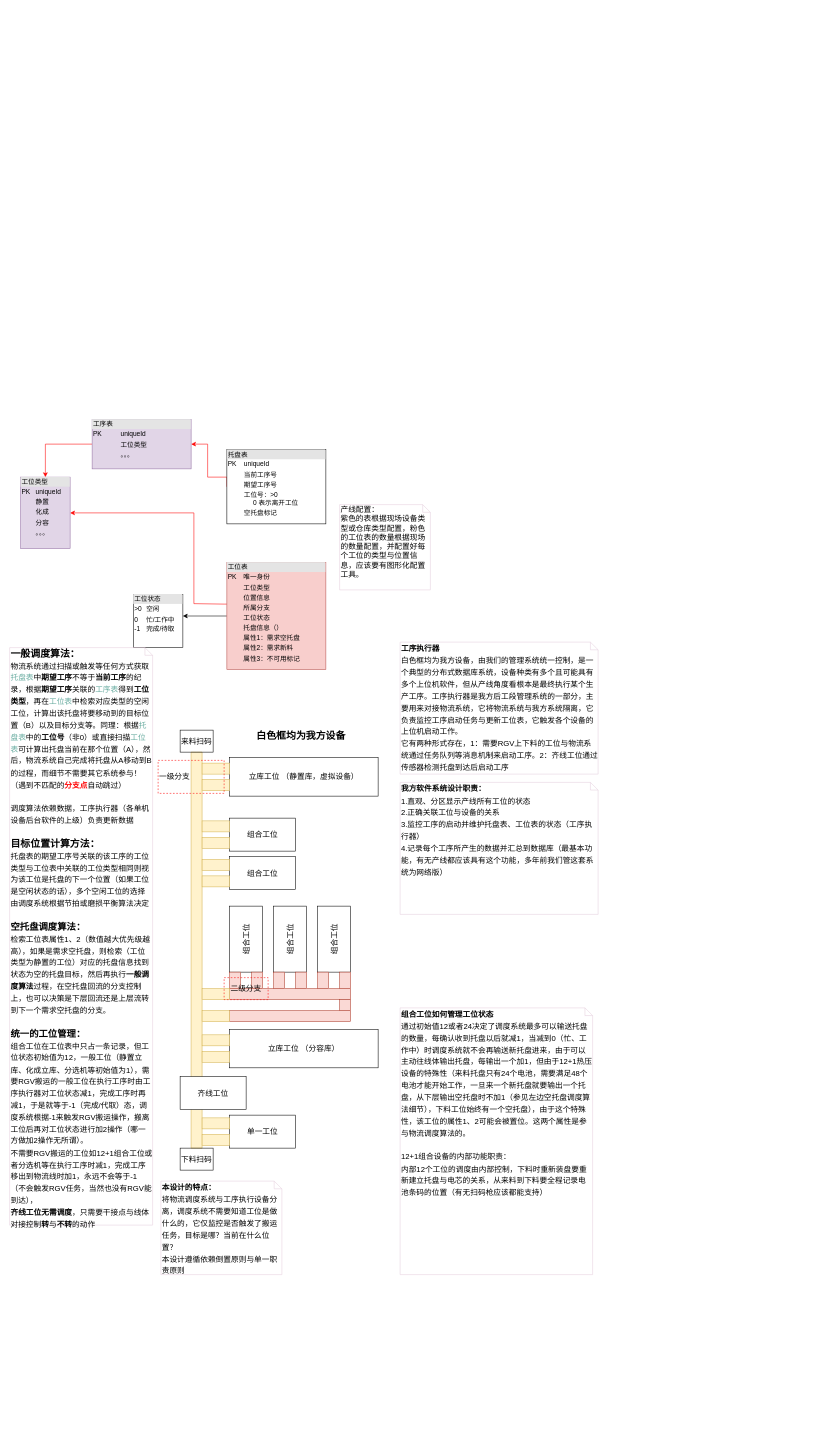
The draw.io diagram page "第 2 页" (2 of 2) of 未命名表单.drawio in samos2011/drawio, before the edit. Source tidied: cells renumbered, new cells numbered last; positions are measured from the earlier drawing's top-left corner, leaving out a move shared by most shapes. Both pictures are drawn from the tidied source at 55%, with x=0, y=0 at pixel (9, 419).
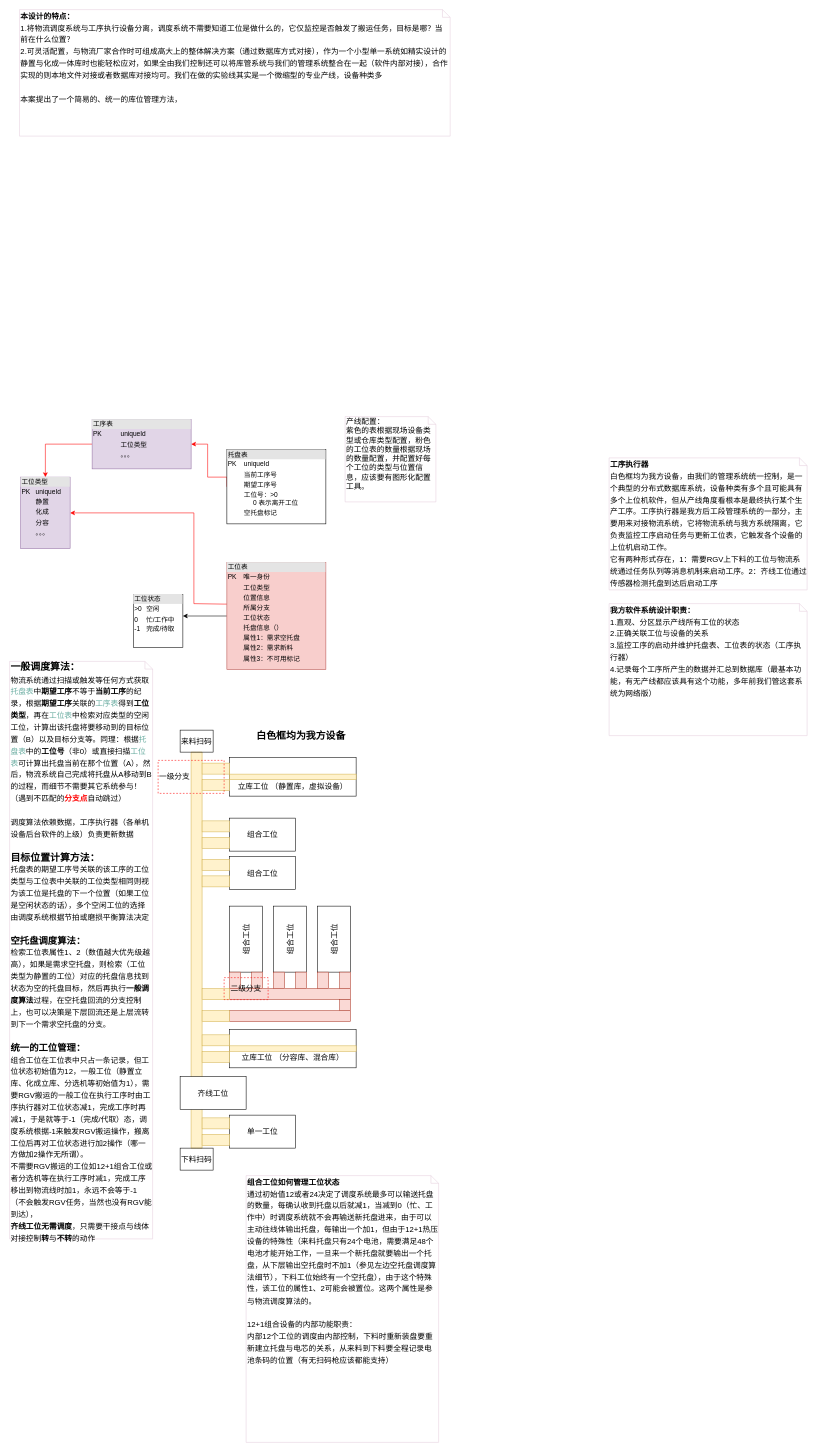
Above is the later version.

Commit message (it also covers changes not shown here):
更新未命名表单.drawio

Change to the diagram source:
```diff
@@
-    <mxCell id="5" value="立库工位 （静置库，虚拟设备）" style="rounded=0;whiteSpace=wrap;html=1;labelBackgroundColor=#ffffff;fillColor=none;gradientColor=none;fontSize=14;align=center;" parent="1" vertex="1">
-      <mxGeometry x="400" y="615" width="270" height="70" as="geometry" />
+    <mxCell id="5" value="&lt;br&gt;&lt;br&gt;立库工位 （静置库，虚拟设备）" style="rounded=0;whiteSpace=wrap;html=1;labelBackgroundColor=#ffffff;fillColor=none;gradientColor=none;fontSize=14;align=center;" parent="1" vertex="1">
+      <mxGeometry x="400" y="615" width="230" height="70" as="geometry" />
     </mxCell>
@@
-    <mxCell id="12" value="立库工位 （分容库）" style="rounded=0;whiteSpace=wrap;html=1;labelBackgroundColor=#ffffff;fillColor=none;gradientColor=none;fontSize=14;align=center;" parent="1" vertex="1">
-      <mxGeometry x="400" y="1109" width="270" height="70" as="geometry" />
+    <mxCell id="12" value="&lt;br&gt;&lt;br&gt;立库工位 （分容库、混合库）" style="rounded=0;whiteSpace=wrap;html=1;labelBackgroundColor=#ffffff;fillColor=none;gradientColor=none;fontSize=14;align=center;" parent="1" vertex="1">
+      <mxGeometry x="400" y="1109" width="230" height="70" as="geometry" />
     </mxCell>
@@
     <mxCell id="45" value="&lt;b&gt;一般调度算法：&lt;/b&gt;&lt;br&gt;&lt;span style=&quot;font-size: 14px&quot;&gt;物流系统通过扫描或触发等任何方式获取&lt;/span&gt;&lt;font color=&quot;#67ab9f&quot; style=&quot;font-size: 14px&quot;&gt;托盘表&lt;/font&gt;&lt;span style=&quot;font-size: 14px&quot;&gt;中&lt;/span&gt;&lt;b style=&quot;font-size: 14px&quot;&gt;期望工序&lt;/b&gt;&lt;span style=&quot;font-size: 14px&quot;&gt;不等于&lt;/span&gt;&lt;b style=&quot;font-size: 14px&quot;&gt;当前工序&lt;/b&gt;&lt;span style=&quot;font-size: 14px&quot;&gt;的纪录，根据&lt;/span&gt;&lt;b style=&quot;font-size: 14px&quot;&gt;期望工序&lt;/b&gt;&lt;span style=&quot;font-size: 14px&quot;&gt;关联的&lt;/span&gt;&lt;font color=&quot;#67ab9f&quot; style=&quot;font-size: 14px&quot;&gt;工序表&lt;/font&gt;&lt;span style=&quot;font-size: 14px&quot;&gt;得到&lt;/span&gt;&lt;b style=&quot;font-size: 14px&quot;&gt;工位类型&lt;/b&gt;&lt;span style=&quot;font-size: 14px&quot;&gt;，再在&lt;/span&gt;&lt;font color=&quot;#67ab9f&quot; style=&quot;font-size: 14px&quot;&gt;工位表&lt;/font&gt;&lt;span style=&quot;font-size: 14px&quot;&gt;中检索对应类型的空闲工位，计算出该托盘将要移动到的目标位置（B）以及目标分支等。同理：根据&lt;/span&gt;&lt;font color=&quot;#67ab9f&quot; style=&quot;font-size: 14px&quot;&gt;托盘表&lt;/font&gt;&lt;span style=&quot;font-size: 14px&quot;&gt;中的&lt;/span&gt;&lt;b style=&quot;font-size: 14px&quot;&gt;工位号&lt;/b&gt;&lt;span style=&quot;font-size: 14px&quot;&gt;（非0）或直接扫描&lt;/span&gt;&lt;font color=&quot;#67ab9f&quot; style=&quot;font-size: 14px&quot;&gt;工位表&lt;/font&gt;&lt;span style=&quot;font-size: 14px&quot;&gt;可计算出托盘当前在那个位置（A），然后，物流系统自己完成将托盘从A移动到B的过程，而细节不需要其它系统参与！（遇到不匹配的&lt;/span&gt;&lt;b style=&quot;font-size: 14px&quot;&gt;&lt;font color=&quot;#ff0000&quot;&gt;分支点&lt;/font&gt;&lt;/b&gt;&lt;span style=&quot;font-size: 14px&quot;&gt;自动跳过）&lt;/span&gt;&lt;br&gt;&lt;br&gt;&lt;span style=&quot;font-size: 14px&quot;&gt;调度算法依赖数据，工序执行器（各单机设备后台软件的上级）负责更新数据&lt;br&gt;&lt;/span&gt;&lt;br&gt;&lt;b&gt;目标位置计算方法：&lt;/b&gt;&lt;br&gt;&lt;font style=&quot;font-size: 14px&quot;&gt;托盘表的期望工序号关联的该工序的工位类型与工位表中关联的工位类型相同则视为该工位是托盘的下一个位置（如果工位是空闲状态的话），多个空闲工位的选择由调度系统根据节拍或磨损平衡算法决定&lt;br&gt;&lt;/font&gt;&lt;br&gt;&lt;b&gt;&lt;font style=&quot;font-size: 17px&quot;&gt;空托盘调度算法：&lt;/font&gt;&lt;/b&gt;&lt;br&gt;&lt;span style=&quot;font-size: 14px&quot;&gt;检索工位表属性1、2（数值越大优先级越高），如果是需求空托盘，则检索（工位类型为静置的工位）对应的托盘信息找到状态为空的托盘目标，然后再执行&lt;/span&gt;&lt;b style=&quot;font-size: 14px&quot;&gt;一般调度算法&lt;/b&gt;&lt;span style=&quot;font-size: 14px&quot;&gt;过程，在空托盘回流的分支控制上，也可以决策是下层回流还是上层流转到下一个需求空托盘的分支。&lt;/span&gt;&lt;br&gt;&lt;br&gt;&lt;font&gt;&lt;b&gt;&lt;font style=&quot;font-size: 17px&quot;&gt;统一的工位管理：&lt;/font&gt;&lt;br&gt;&lt;/b&gt;&lt;/font&gt;&lt;font style=&quot;font-size: 14px&quot;&gt;组合工位在工位表中只占一条记录，但工位状态初始值为12，一般工位（静置立库、化成立库、分选机等初始值为1），需要RGV搬运的一般工位在执行工序时由工序执行器对工位状态减1，完成工序时再减1，于是就等于-1（完成/代取）态，调度系统根据-1来触发RGV搬运操作，搬离工位后再对工位状态进行加2操作（哪一方做加2操作无所谓）。&lt;br&gt;不需要RGV搬运的工位如12+1组合工位或者分选机等在执行工序时减1，完成工序移出到物流线时加1，永远不会等于-1（不会触发RGV任务，当然也没有RGV能到达），&lt;br&gt;&lt;b&gt;齐线工位无需调度&lt;/b&gt;，只需要干接点与线体对接控制&lt;b&gt;转&lt;/b&gt;与&lt;b&gt;不转&lt;/b&gt;的动作&lt;br&gt;&lt;/font&gt;" style="shape=note;whiteSpace=wrap;html=1;size=14;verticalAlign=top;align=left;spacingTop=-6;rounded=0;shadow=0;dashed=0;labelBackgroundColor=none;strokeColor=#E6D0DE;fillColor=none;fontSize=18;" parent="1" vertex="1">
-      <mxGeometry y="415" width="260" height="1050" as="geometry" />
+      <mxGeometry y="440" width="260" height="1050" as="geometry" />
     </mxCell>
     <mxCell id="46" value="&lt;span style=&quot;font-size: 14px&quot;&gt;&lt;b&gt;工序执行器&lt;br&gt;&lt;/b&gt;白色框均为我方设备，由我们的管理系统统一控制，是一个典型的分布式数据库系统，设备种类有多个且可能具有多个上位机软件，但从产线角度看根本是最终执行某个生产工序。工序执行器是我方后工段管理系统的一部分，主要用来对接物流系统，它将物流系统与我方系统隔离，它负责监控工序启动任务与更新工位表，它触发各个设备的上位机启动工作。&lt;br&gt;它有两种形式存在，1：需要RGV上下料的工位与物流系统通过任务队列等消息机制来启动工序。2：齐线工位通过传感器检测托盘到达后启动工序&lt;br&gt;&lt;/span&gt;" style="shape=note;whiteSpace=wrap;html=1;size=14;verticalAlign=top;align=left;spacingTop=-6;rounded=0;shadow=0;dashed=0;labelBackgroundColor=none;strokeColor=#E6D0DE;fillColor=none;fontSize=18;" parent="1" vertex="1">
-      <mxGeometry x="710" y="405" width="360" height="240" as="geometry" />
+      <mxGeometry x="1090" y="70" width="360" height="240" as="geometry" />
     </mxCell>
     <mxCell id="47" value="&lt;span style=&quot;font-size: 14px&quot;&gt;&lt;b&gt;组合工位如何管理工位状态&lt;br&gt;&lt;/b&gt;通过初始值12或者24决定了调度系统最多可以输送托盘的数量，每确认收到托盘以后就减1，当减到0（忙、工作中）时调度系统就不会再输送新托盘进来，由于可以主动往线体输出托盘，每输出一个加1，但由于12+1热压设备的特殊性（来料托盘只有24个电池，需要满足48个电池才能开始工作，一旦来一个新托盘就要输出一个托盘，从下层输出空托盘时不加1（参见左边空托盘调度算法细节），下料工位始终有一个空托盘），由于这个特殊性，该工位的属性1、2可能会被置位。这两个属性是参与物流调度算法的。&lt;br&gt;&lt;br&gt;12+1组合设备的内部功能职责：&lt;br&gt;内部12个工位的调度由内部控制，下料时重新装盘要重新建立托盘与电芯的关系，从来料到下料要全程记录电池条码的位置（有无扫码枪应该都能支持）&lt;br&gt;&lt;/span&gt;" style="shape=note;whiteSpace=wrap;html=1;size=14;verticalAlign=top;align=left;spacingTop=-6;rounded=0;shadow=0;dashed=0;labelBackgroundColor=none;strokeColor=#E6D0DE;fillColor=none;fontSize=18;" parent="1" vertex="1">
-      <mxGeometry x="710" y="1070" width="350" height="485" as="geometry" />
+      <mxGeometry x="430" y="1375" width="350" height="485" as="geometry" />
     </mxCell>
-    <mxCell id="48" value="&lt;span style=&quot;font-size: 14px&quot;&gt;&lt;b&gt;本设计的特点：&lt;br&gt;&lt;/b&gt;将物流调度系统与工序执行设备分离，调度系统不需要知道工位是做什么的，它仅监控是否触发了搬运任务，目标是哪？当前在什么位置？&lt;br&gt;本设计遵循依赖倒置原则与单一职责原则&lt;br&gt;&lt;/span&gt;" style="shape=note;whiteSpace=wrap;html=1;size=14;verticalAlign=top;align=left;spacingTop=-6;rounded=0;shadow=0;dashed=0;labelBackgroundColor=none;strokeColor=#E6D0DE;fillColor=none;fontSize=18;" parent="1" vertex="1">
-      <mxGeometry x="275" y="1385" width="220" height="170" as="geometry" />
+    <mxCell id="48" value="&lt;span style=&quot;font-size: 14px&quot;&gt;&lt;b&gt;本设计的特点：&lt;br&gt;&lt;/b&gt;1.将物流调度系统与工序执行设备分离，调度系统不需要知道工位是做什么的，它仅监控是否触发了搬运任务，目标是哪？当前在什么位置？&lt;br&gt;2.可灵活配置，与物流厂家合作时可组成高大上的整体解决方案（通过数据库方式对接），作为一个小型单一系统如精实设计的静置与化成一体库时也能轻松应对，如果全由我们控制还可以将库管系统与我们的管理系统整合在一起（软件内部对接），合作实现的则本地文件对接或者数据库对接均可。我们在做的实验线其实是一个微缩型的专业产线，设备种类多&lt;br&gt;&lt;br&gt;本案提出了一个简易的、统一的库位管理方法，&lt;br&gt;&lt;br&gt;&lt;/span&gt;" style="shape=note;whiteSpace=wrap;html=1;size=14;verticalAlign=top;align=left;spacingTop=-6;rounded=0;shadow=0;dashed=0;labelBackgroundColor=none;strokeColor=#E6D0DE;fillColor=none;fontSize=18;" parent="1" vertex="1">
+      <mxGeometry x="18" y="-745" width="783" height="230" as="geometry" />
     </mxCell>
@@
     <mxCell id="50" value="产线配置：&lt;br&gt;紫色的表根据现场设备类型或仓库类型配置，粉色的工位表的数量根据现场的数量配置，并配置好每个工位的类型与位置信息，应该要有图形化配置工具。" style="shape=note;whiteSpace=wrap;html=1;size=14;verticalAlign=top;align=left;spacingTop=-6;fontSize=14;fillColor=none;strokeColor=#E6D0DE;" parent="1" vertex="1">
-      <mxGeometry x="600" y="155" width="165" height="155" as="geometry" />
+      <mxGeometry x="610" y="-5" width="165" height="155" as="geometry" />
     </mxCell>
     <mxCell id="51" value="&lt;span style=&quot;font-size: 14px&quot;&gt;&lt;b&gt;我方软件系统设计职责：&lt;br&gt;&lt;/b&gt;1.直观、分区显示产线所有工位的状态&lt;br&gt;2.正确关联工位与设备的关系&lt;br&gt;3.监控工序的启动并维护托盘表、工位表的状态（工序执行器）&lt;br&gt;4.记录每个工序所产生的数据并汇总到数据库（最基本功能，有无产线都应该具有这个功能，多年前我们管这套系统为网络版）&lt;br&gt;&lt;/span&gt;" style="shape=note;whiteSpace=wrap;html=1;size=14;verticalAlign=top;align=left;spacingTop=-6;rounded=0;shadow=0;dashed=0;labelBackgroundColor=none;strokeColor=#E6D0DE;fillColor=none;fontSize=18;" parent="1" vertex="1">
-      <mxGeometry x="710" y="660" width="360" height="240" as="geometry" />
+      <mxGeometry x="1090" y="335" width="360" height="240" as="geometry" />
     </mxCell>
@@
+    <mxCell id="53" style="rounded=0;whiteSpace=wrap;html=1;labelBackgroundColor=#ffffff;fillColor=#fff2cc;fontSize=14;align=left;strokeColor=#d6b656;" parent="1" vertex="1">
+      <mxGeometry x="400" y="645" width="230" height="10" as="geometry" />
+    </mxCell>
+    <mxCell id="54" style="rounded=0;whiteSpace=wrap;html=1;labelBackgroundColor=#ffffff;fillColor=#fff2cc;fontSize=14;align=left;strokeColor=#d6b656;" parent="1" vertex="1">
+      <mxGeometry x="400" y="1139" width="230" height="10" as="geometry" />
+    </mxCell>
```
